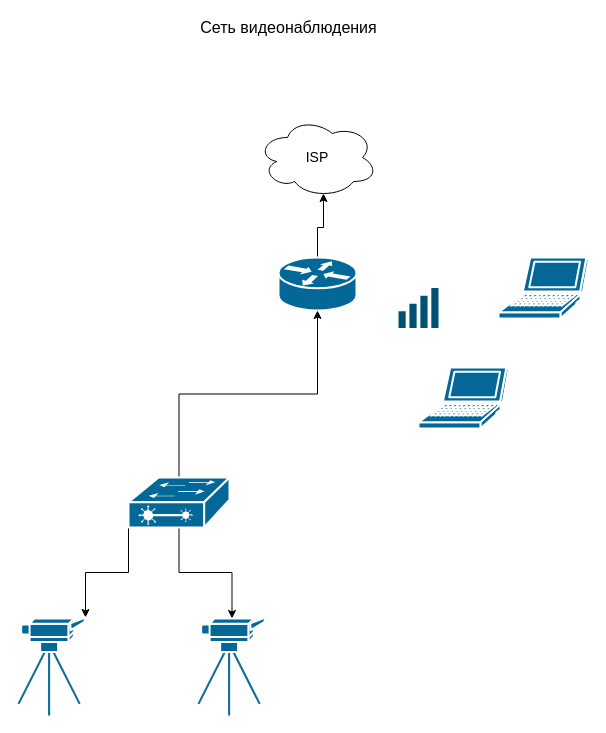
Before: 03-sysadmin-08-net/VideoNetDiagram.drawio in ozaryx/devops-netology, a draw.io diagram. Source tidied: cells renumbered, new cells numbered last; positions are measured from the earlier drawing's top-left corner, leaving out a move shared by most shapes. Both pictures are drawn from the tidied source at 100%, with x=0, y=0 at pixel (18, 17).
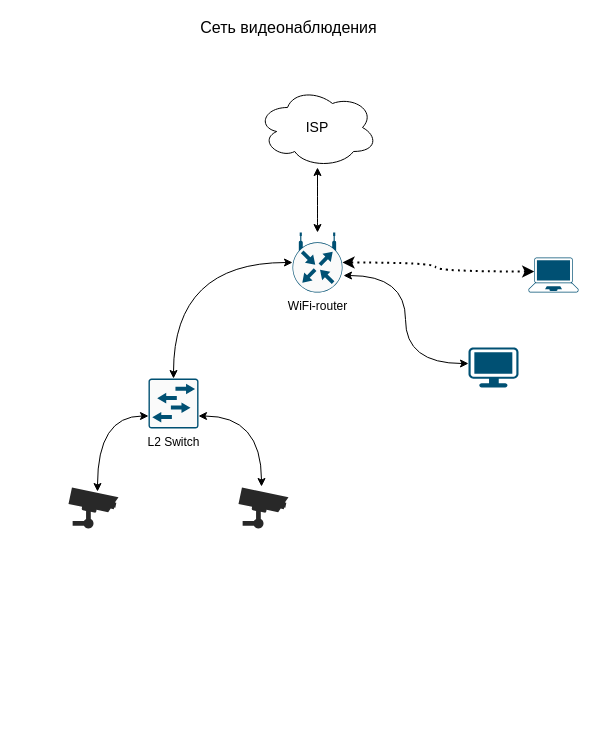
The same diagram, later.

Commit message (it also covers changes not shown here):
Ответы на задания

What changed in the source:
```diff
@@
 <mxGraphModel>
   <root>
     <mxCell id="0" />
     <mxCell id="1" parent="0" />
-    <mxCell id="2" style="edgeStyle=orthogonalEdgeStyle;rounded=0;jettySize=auto;html=1;exitX=0.5;exitY=0;exitDx=0;exitDy=0;exitPerimeter=0;entryX=0.55;entryY=0.95;entryDx=0;entryDy=0;entryPerimeter=0;fontSize=14;" parent="1" edge="1" source="3" target="12">
-      <mxGeometry relative="1" as="geometry" />
-    </mxCell>
-    <mxCell id="3" style="shape=mxgraph.cisco.routers.router;sketch=0;html=1;dashed=0;fillColor=#036897;strokeColor=#ffffff;strokeWidth=2;verticalLabelPosition=bottom;verticalAlign=top;align=center;outlineConnect=0;" parent="1" vertex="1">
-      <mxGeometry x="260" y="240" width="78" height="53" as="geometry" />
-    </mxCell>
-    <mxCell id="4" style="edgeStyle=orthogonalEdgeStyle;rounded=0;jettySize=auto;html=1;exitX=0.5;exitY=0;exitDx=0;exitDy=0;exitPerimeter=0;entryX=0.5;entryY=1;entryDx=0;entryDy=0;entryPerimeter=0;" parent="1" edge="1" source="7" target="3">
+    <mxCell id="4" style="edgeStyle=orthogonalEdgeStyle;jettySize=auto;html=1;exitX=0.5;exitY=0;exitDx=0;exitDy=0;exitPerimeter=0;entryX=0;entryY=0.5;entryDx=0;entryDy=0;entryPerimeter=0;curved=1;startArrow=classic;startFill=1;" parent="1" edge="1" source="19" target="18">
       <mxGeometry relative="1" as="geometry" />
     </mxCell>
-    <mxCell id="5" style="edgeStyle=orthogonalEdgeStyle;rounded=0;jettySize=auto;html=1;exitX=0.5;exitY=1;exitDx=0;exitDy=0;exitPerimeter=0;entryX=0.5;entryY=0.01;entryDx=0;entryDy=0;entryPerimeter=0;" parent="1" edge="1" source="7" target="11">
+    <mxCell id="5" style="edgeStyle=orthogonalEdgeStyle;jettySize=auto;html=1;exitX=1;exitY=0.75;exitDx=0;exitDy=0;exitPerimeter=0;entryX=0.46;entryY=-0.024;entryDx=0;entryDy=0;entryPerimeter=0;startArrow=classic;startFill=1;curved=1;" parent="1" edge="1" source="19" target="23">
       <mxGeometry relative="1" as="geometry" />
     </mxCell>
-    <mxCell id="6" style="edgeStyle=orthogonalEdgeStyle;rounded=0;jettySize=auto;html=1;exitX=0;exitY=1;exitDx=0;exitDy=0;exitPerimeter=0;entryX=1;entryY=0;entryDx=0;entryDy=0;entryPerimeter=0;" parent="1" edge="1" source="7" target="8">
+    <mxCell id="6" style="edgeStyle=orthogonalEdgeStyle;jettySize=auto;html=1;exitX=0;exitY=0.75;exitDx=0;exitDy=0;exitPerimeter=0;entryX=0.58;entryY=0.098;entryDx=0;entryDy=0;entryPerimeter=0;curved=1;startArrow=classic;startFill=1;" parent="1" edge="1" source="19" target="22">
       <mxGeometry relative="1" as="geometry" />
     </mxCell>
-    <mxCell id="7" style="shape=mxgraph.cisco.switches.layer_2_remote_switch;sketch=0;html=1;dashed=0;fillColor=#036897;strokeColor=#ffffff;strokeWidth=2;verticalLabelPosition=bottom;verticalAlign=top;align=center;outlineConnect=0;" parent="1" vertex="1">
-      <mxGeometry x="110" y="460" width="101" height="50" as="geometry" />
-    </mxCell>
-    <mxCell id="8" style="shape=mxgraph.cisco.computers_and_peripherals.video_camera;sketch=0;html=1;dashed=0;fillColor=#036897;strokeColor=#ffffff;strokeWidth=2;verticalLabelPosition=bottom;verticalAlign=top;align=center;outlineConnect=0;" parent="1" vertex="1">
-      <mxGeometry y="600" width="67" height="98" as="geometry" />
-    </mxCell>
-    <mxCell id="9" style="shape=mxgraph.cisco.computers_and_peripherals.laptop;sketch=0;html=1;dashed=0;fillColor=#036897;strokeColor=#ffffff;strokeWidth=2;verticalLabelPosition=bottom;verticalAlign=top;align=center;" parent="1" vertex="1">
-      <mxGeometry x="480" y="240" width="90" height="61" as="geometry" />
-    </mxCell>
-    <mxCell id="10" style="shape=mxgraph.cisco.computers_and_peripherals.laptop;sketch=0;html=1;dashed=0;fillColor=#036897;strokeColor=#ffffff;strokeWidth=2;verticalLabelPosition=bottom;verticalAlign=top;align=center;" parent="1" vertex="1">
-      <mxGeometry x="400" y="350" width="90" height="61" as="geometry" />
-    </mxCell>
-    <mxCell id="11" style="shape=mxgraph.cisco.computers_and_peripherals.video_camera;sketch=0;html=1;dashed=0;fillColor=#036897;strokeColor=#ffffff;strokeWidth=2;verticalLabelPosition=bottom;verticalAlign=top;align=center;outlineConnect=0;" parent="1" vertex="1">
-      <mxGeometry x="180" y="600" width="67" height="98" as="geometry" />
-    </mxCell>
+    <mxCell id="15" style="edgeStyle=orthogonalEdgeStyle;shape=connector;curved=1;rounded=1;jettySize=auto;html=1;exitX=0.115;exitY=0.4;exitDx=0;exitDy=0;exitPerimeter=0;dashed=1;dashPattern=1 2;labelBackgroundColor=default;fontFamily=Helvetica;fontSize=11;fontColor=default;startArrow=classic;startFill=1;endArrow=classic;strokeColor=default;strokeWidth=2;entryX=1;entryY=0.5;entryDx=0;entryDy=0;entryPerimeter=0;" parent="1" edge="1" source="21" target="18">
+      <mxGeometry relative="1" as="geometry" />
+    </mxCell>
+    <mxCell id="16" style="edgeStyle=orthogonalEdgeStyle;jettySize=auto;html=1;exitX=0;exitY=0.4;exitDx=0;exitDy=0;exitPerimeter=0;entryX=1.02;entryY=0.717;entryDx=0;entryDy=0;entryPerimeter=0;startArrow=classic;startFill=1;strokeWidth=1;curved=1;strokeColor=default;" parent="1" edge="1" source="20" target="18">
+      <mxGeometry relative="1" as="geometry" />
+    </mxCell>
     <mxCell id="12" value="&lt;font style=&quot;font-size: 14px&quot;&gt;ISP&lt;/font&gt;" style="ellipse;shape=cloud;whiteSpace=wrap;html=1;" parent="1" vertex="1">
-      <mxGeometry x="239" y="100" width="120" height="80" as="geometry" />
+      <mxGeometry x="239" y="70" width="120" height="80" as="geometry" />
     </mxCell>
-    <mxCell id="13" style="verticalLabelPosition=bottom;sketch=0;html=1;verticalAlign=top;align=center;shape=mxgraph.cisco19.wifi_indicator;fillColor=#005073;strokeColor=none;fontSize=14;" parent="1" vertex="1">
-      <mxGeometry x="380" y="270.5" width="40" height="40" as="geometry" />
-    </mxCell>
     <mxCell id="14" value="&lt;font style=&quot;font-size: 16px&quot;&gt;Сеть видеонаблюдения&lt;/font&gt;" style="text;html=1;align=center;verticalAlign=middle;strokeColor=none;fillColor=none;fontSize=14;" parent="1" vertex="1">
       <mxGeometry x="170" width="200" height="20" as="geometry" />
     </mxCell>
+    <mxCell id="17" style="edgeStyle=orthogonalEdgeStyle;shape=connector;curved=1;rounded=1;jettySize=auto;html=1;labelBackgroundColor=default;fontFamily=Helvetica;fontSize=11;fontColor=default;startArrow=classic;startFill=1;endArrow=classic;strokeColor=default;strokeWidth=1;" parent="1" edge="1" source="18" target="12">
+      <mxGeometry relative="1" as="geometry" />
+    </mxCell>
+    <mxCell id="18" value="WiFi-router" style="sketch=0;points=[[0.5,0,0],[1,0.5,0],[0.5,1,0],[0,0.5,0],[0.145,0.145,0],[0.8555,0.145,0],[0.855,0.8555,0],[0.145,0.855,0]];verticalLabelPosition=bottom;html=1;verticalAlign=top;align=center;shape=mxgraph.cisco19.rect;prIcon=wireless_router;fillColor=#FAFAFA;strokeColor=#005073;" parent="1" vertex="1">
+      <mxGeometry x="274" y="215" width="50" height="60" as="geometry" />
+    </mxCell>
+    <mxCell id="19" value="L2 Switch" style="sketch=0;points=[[0.015,0.015,0],[0.985,0.015,0],[0.985,0.985,0],[0.015,0.985,0],[0.25,0,0],[0.5,0,0],[0.75,0,0],[1,0.25,0],[1,0.5,0],[1,0.75,0],[0.75,1,0],[0.5,1,0],[0.25,1,0],[0,0.75,0],[0,0.5,0],[0,0.25,0]];verticalLabelPosition=bottom;html=1;verticalAlign=top;align=center;shape=mxgraph.cisco19.rect;prIcon=l2_switch;fillColor=#FAFAFA;strokeColor=#005073;" parent="1" vertex="1">
+      <mxGeometry x="130" y="361" width="50" height="50" as="geometry" />
+    </mxCell>
+    <mxCell id="20" style="points=[[0.03,0.03,0],[0.5,0,0],[0.97,0.03,0],[1,0.4,0],[0.97,0.745,0],[0.5,1,0],[0.03,0.745,0],[0,0.4,0]];verticalLabelPosition=bottom;sketch=0;html=1;verticalAlign=top;align=center;shape=mxgraph.cisco19.workstation;fillColor=#005073;strokeColor=none;fontFamily=Helvetica;fontSize=11;fontColor=default;" parent="1" vertex="1">
+      <mxGeometry x="450" y="330" width="50" height="40" as="geometry" />
+    </mxCell>
+    <mxCell id="21" style="points=[[0.13,0.02,0],[0.5,0,0],[0.87,0.02,0],[0.885,0.4,0],[0.985,0.985,0],[0.5,1,0],[0.015,0.985,0],[0.115,0.4,0]];verticalLabelPosition=bottom;sketch=0;html=1;verticalAlign=top;align=center;shape=mxgraph.cisco19.laptop;fillColor=#005073;strokeColor=none;fontFamily=Helvetica;fontSize=11;fontColor=default;" parent="1" vertex="1">
+      <mxGeometry x="510" y="240" width="50" height="35" as="geometry" />
+    </mxCell>
+    <mxCell id="22" style="verticalLabelPosition=bottom;sketch=0;html=1;fillColor=#282828;strokeColor=none;verticalAlign=top;align=center;shape=mxgraph.cisco_safe.technology_icons.icon10;fontFamily=Helvetica;fontSize=11;fontColor=default;" parent="1" vertex="1">
+      <mxGeometry x="50" y="470" width="50" height="41" as="geometry" />
+    </mxCell>
+    <mxCell id="23" style="verticalLabelPosition=bottom;sketch=0;html=1;fillColor=#282828;strokeColor=none;verticalAlign=top;align=center;shape=mxgraph.cisco_safe.technology_icons.icon10;fontFamily=Helvetica;fontSize=11;fontColor=default;" parent="1" vertex="1">
+      <mxGeometry x="220" y="470" width="50" height="41" as="geometry" />
+    </mxCell>
   </root>
 </mxGraphModel>
```
